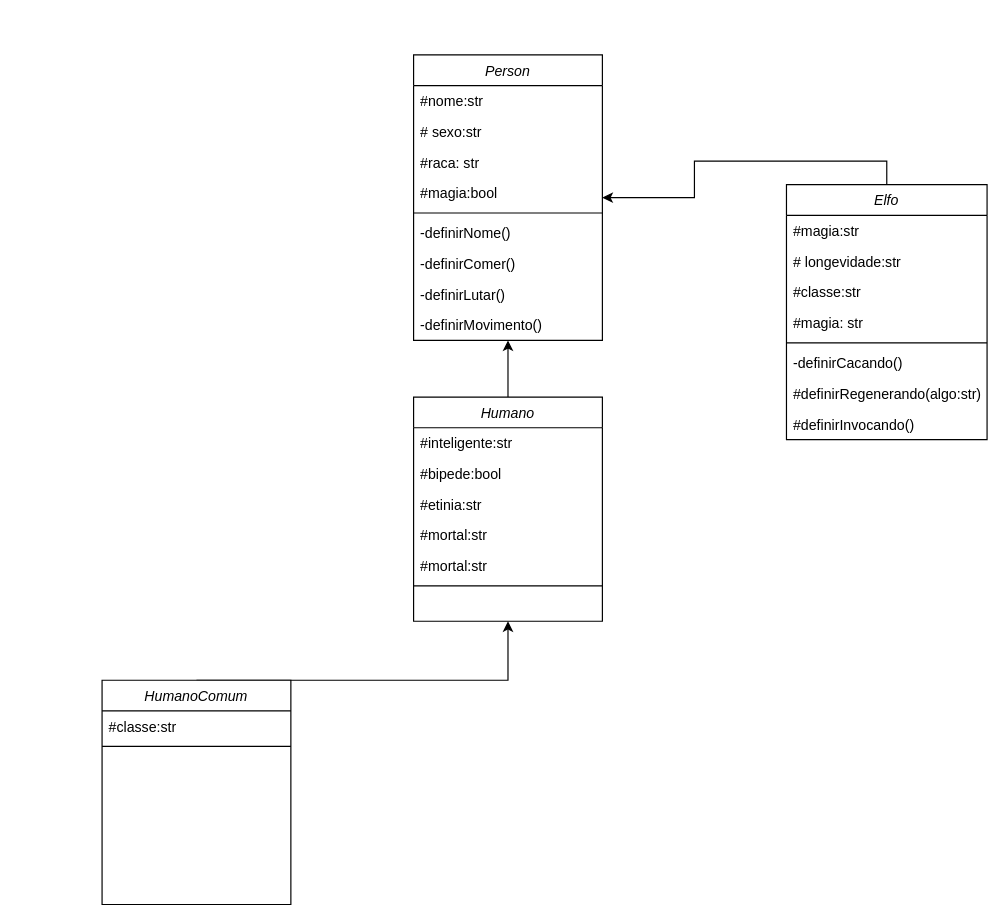
Before: Diagrama sem nome.drawio in santaugusto/RPG, a draw.io diagram. Source tidied: cells renumbered, new cells numbered last; positions are measured from the earlier drawing's top-left corner, leaving out a move shared by most shapes. Both pictures are drawn from the tidied source at 118%, with x=0, y=0 at pixel (101, 54).
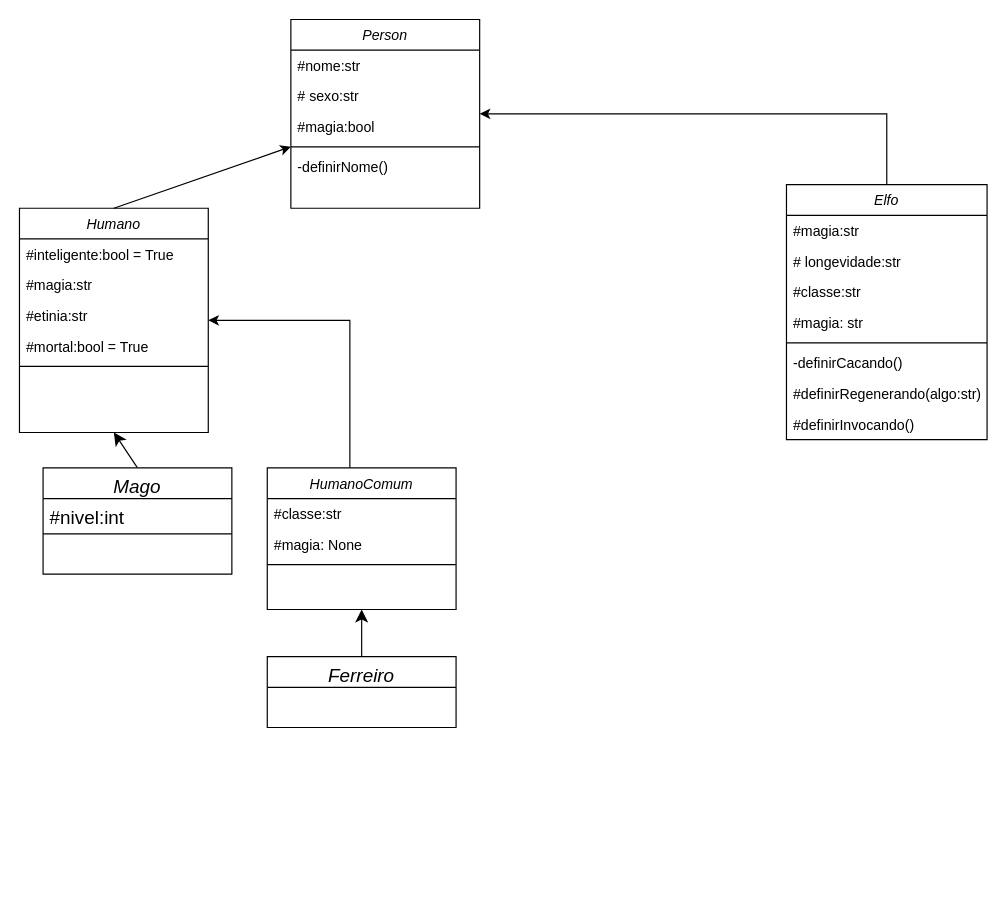
The same diagram, later.

Change to the diagram source:
```diff
@@
     <mxCell id="3" value="Person" style="swimlane;fontStyle=2;align=center;verticalAlign=top;horizontal=1;startSize=26;rounded=0;shadow=0;strokeWidth=1;" parent="1" vertex="1">
-      <mxGeometry x="264" width="160" height="242" as="geometry" />
+      <mxGeometry x="160" y="-30" width="160" height="160" as="geometry" />
     </mxCell>
@@
-    <mxCell id="6" value="#raca: str" style="text;align=left;verticalAlign=top;spacingLeft=4;spacingRight=4;overflow=hidden;rounded=0;shadow=0;html=0;" parent="3" vertex="1">
-      <mxGeometry y="78" width="160" height="26" as="geometry" />
-    </mxCell>
     <mxCell id="7" value="#magia:bool" style="text;align=left;verticalAlign=top;spacingLeft=4;spacingRight=4;overflow=hidden;rounded=0;shadow=0;html=0;" parent="3" vertex="1">
-      <mxGeometry y="104" width="160" height="26" as="geometry" />
+      <mxGeometry y="78" width="160" height="26" as="geometry" />
     </mxCell>
     <mxCell id="8" style="line;html=1;strokeWidth=1;align=left;verticalAlign=middle;spacingTop=-1;spacingLeft=3;spacingRight=3;labelPosition=right;" parent="3" vertex="1">
-      <mxGeometry y="130" width="160" height="8" as="geometry" />
+      <mxGeometry y="104" width="160" height="8" as="geometry" />
     </mxCell>
     <mxCell id="9" value="-definirNome()" style="text;align=left;verticalAlign=top;spacingLeft=4;spacingRight=4;overflow=hidden;" parent="3" vertex="1">
-      <mxGeometry y="138" width="160" height="26" as="geometry" />
+      <mxGeometry y="112" width="160" height="26" as="geometry" />
     </mxCell>
-    <mxCell id="10" value="-definirComer()" style="text;align=left;verticalAlign=top;spacingLeft=4;spacingRight=4;overflow=hidden;" parent="3" vertex="1">
-      <mxGeometry y="164" width="160" height="26" as="geometry" />
-    </mxCell>
-    <mxCell id="11" value="-definirLutar()" style="text;align=left;verticalAlign=top;spacingLeft=4;spacingRight=4;overflow=hidden;" parent="3" vertex="1">
-      <mxGeometry y="190" width="160" height="26" as="geometry" />
-    </mxCell>
-    <mxCell id="12" value="-definirMovimento()" style="text;align=left;verticalAlign=top;spacingLeft=4;spacingRight=4;overflow=hidden;" parent="3" vertex="1">
-      <mxGeometry y="216" width="160" height="26" as="geometry" />
-    </mxCell>
+    <mxCell id="34" style="edgeStyle=none;curved=1;rounded=0;jettySize=auto;html=1;fontSize=12;startSize=8;endSize=8;entryX=0.5;entryY=1;entryDx=0;entryDy=0;exitX=0.5;exitY=0;exitDx=0;exitDy=0;" parent="1" edge="1" source="37" target="13">
+      <mxGeometry relative="1" as="geometry" />
+    </mxCell>
     <mxCell id="13" value="Humano" style="swimlane;fontStyle=2;align=center;verticalAlign=top;horizontal=1;startSize=26;rounded=0;shadow=0;strokeWidth=1;" parent="1" vertex="1">
-      <mxGeometry x="264" y="290" width="160" height="190" as="geometry" />
+      <mxGeometry x="-70" y="130" width="160" height="190" as="geometry" />
     </mxCell>
-    <mxCell id="14" value="#inteligente:str" style="text;align=left;verticalAlign=top;spacingLeft=4;spacingRight=4;overflow=hidden;" parent="13" vertex="1">
+    <mxCell id="14" value="#inteligente:bool = True" style="text;align=left;verticalAlign=top;spacingLeft=4;spacingRight=4;overflow=hidden;" parent="13" vertex="1">
       <mxGeometry y="26" width="160" height="26" as="geometry" />
     </mxCell>
-    <mxCell id="15" value="#bipede:bool" style="text;align=left;verticalAlign=top;spacingLeft=4;spacingRight=4;overflow=hidden;" parent="13" vertex="1">
+    <mxCell id="15" value="#magia:str" style="text;align=left;verticalAlign=top;spacingLeft=4;spacingRight=4;overflow=hidden;" parent="13" vertex="1">
       <mxGeometry y="52" width="160" height="26" as="geometry" />
     </mxCell>
@@
-    <mxCell id="17" value="#mortal:str" style="text;align=left;verticalAlign=top;spacingLeft=4;spacingRight=4;overflow=hidden;" parent="13" vertex="1">
+    <mxCell id="17" value="#mortal:bool = True" style="text;align=left;verticalAlign=top;spacingLeft=4;spacingRight=4;overflow=hidden;" parent="13" vertex="1">
       <mxGeometry y="104" width="160" height="26" as="geometry" />
     </mxCell>
-    <mxCell id="18" value="#mortal:str" style="text;align=left;verticalAlign=top;spacingLeft=4;spacingRight=4;overflow=hidden;" parent="13" vertex="1">
-      <mxGeometry y="130" width="160" height="26" as="geometry" />
-    </mxCell>
     <mxCell id="19" style="line;html=1;strokeWidth=1;align=left;verticalAlign=middle;spacingTop=-1;spacingLeft=3;spacingRight=3;labelPosition=right;" parent="13" vertex="1">
-      <mxGeometry y="156" width="160" height="8" as="geometry" />
+      <mxGeometry y="130" width="160" height="8" as="geometry" />
     </mxCell>
@@
-    <mxCell id="30" style="edgeStyle=orthogonalEdgeStyle;rounded=0;jettySize=auto;html=1;exitX=0.5;exitY=0;exitDx=0;exitDy=0;" parent="1" edge="1" source="31">
+    <mxCell id="30" style="edgeStyle=orthogonalEdgeStyle;rounded=0;jettySize=auto;html=1;" parent="1" edge="1" source="31" target="13">
       <mxGeometry relative="1" as="geometry">
-        <mxPoint x="344" y="480" as="targetPoint" />
         <Array as="points">
-          <mxPoint x="344" y="530" />
+          <mxPoint x="240" y="380" />
+          <mxPoint x="210" y="380" />
+          <mxPoint x="210" y="225" />
         </Array>
       </mxGeometry>
     </mxCell>
+    <mxCell id="35" style="edgeStyle=none;curved=1;rounded=0;jettySize=auto;html=1;fontSize=12;startSize=8;endSize=8;exitX=0.5;exitY=0;exitDx=0;exitDy=0;entryX=0.5;entryY=1;entryDx=0;entryDy=0;" parent="1" edge="1" source="40" target="31">
+      <mxGeometry relative="1" as="geometry" />
+    </mxCell>
     <mxCell id="31" value="HumanoComum" style="swimlane;fontStyle=2;align=center;verticalAlign=top;horizontal=1;startSize=26;rounded=0;shadow=0;strokeWidth=1;" parent="1" vertex="1">
-      <mxGeometry y="530" width="160" height="190" as="geometry" />
+      <mxGeometry x="140" y="350" width="160" height="120" as="geometry" />
     </mxCell>
+    <mxCell id="36" value="#classe:str&#10;" style="text;align=left;verticalAlign=top;spacingLeft=4;spacingRight=4;overflow=hidden;" parent="31" vertex="1">
+      <mxGeometry y="26" width="160" height="26" as="geometry" />
+    </mxCell>
-    <mxCell id="32" value="#classe:str" style="text;align=left;verticalAlign=top;spacingLeft=4;spacingRight=4;overflow=hidden;" parent="31" vertex="1">
-      <mxGeometry y="26" width="160" height="26" as="geometry" />
+    <mxCell id="32" value="#magia: None&#10;" style="text;align=left;verticalAlign=top;spacingLeft=4;spacingRight=4;overflow=hidden;" parent="31" vertex="1">
+      <mxGeometry y="52" width="160" height="26" as="geometry" />
     </mxCell>
     <mxCell id="33" style="line;html=1;strokeWidth=1;align=left;verticalAlign=middle;spacingTop=-1;spacingLeft=3;spacingRight=3;labelPosition=right;" parent="31" vertex="1">
-      <mxGeometry y="52" width="160" height="8" as="geometry" />
+      <mxGeometry y="78" width="160" height="8" as="geometry" />
     </mxCell>
+    <mxCell id="37" value="Mago" style="swimlane;fontStyle=2;align=center;verticalAlign=top;horizontal=1;startSize=26;rounded=0;shadow=0;strokeWidth=1;fontSize=16;" parent="1" vertex="1">
+      <mxGeometry x="-50" y="350" width="160" height="90" as="geometry" />
+    </mxCell>
+    <mxCell id="38" value="#nivel:int" style="text;align=left;verticalAlign=top;spacingLeft=4;spacingRight=4;overflow=hidden;fontSize=16;" parent="37" vertex="1">
+      <mxGeometry y="26" width="160" height="26" as="geometry" />
+    </mxCell>
+    <mxCell id="39" style="line;html=1;strokeWidth=1;align=left;verticalAlign=middle;spacingTop=-1;spacingLeft=3;spacingRight=3;labelPosition=right;fontSize=16;" parent="37" vertex="1">
+      <mxGeometry y="52" width="160" height="8" as="geometry" />
+    </mxCell>
+    <mxCell id="40" value="Ferreiro" style="swimlane;fontStyle=2;align=center;verticalAlign=top;horizontal=1;startSize=26;rounded=0;shadow=0;strokeWidth=1;fontSize=16;" parent="1" vertex="1">
+      <mxGeometry x="140" y="510" width="160" height="60" as="geometry" />
+    </mxCell>
```
